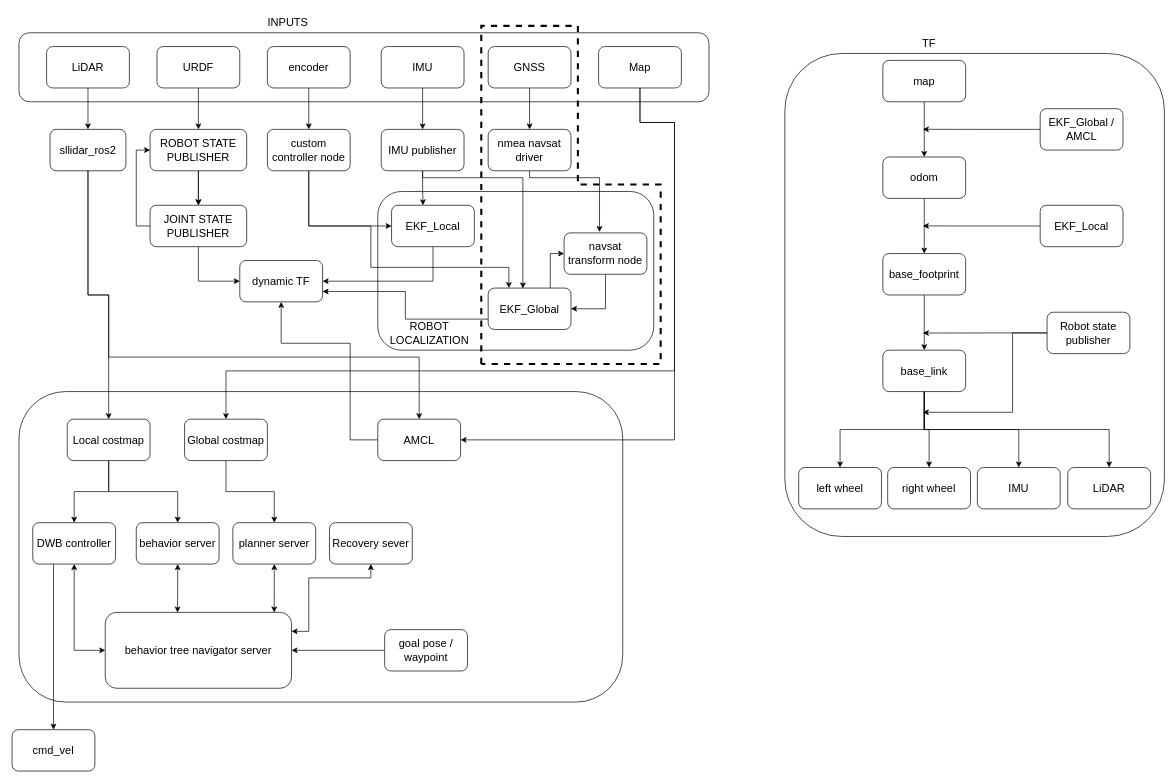
This is navigation.drawio from adands/eddiebot_ros2-backup, a draw.io file, before an edit. Source tidied: cells renumbered, new cells numbered last; positions are measured from the earlier drawing's top-left corner, leaving out a move shared by most shapes. Both pictures are drawn from the tidied source at 69%, with x=0, y=0 at pixel (12, 12).
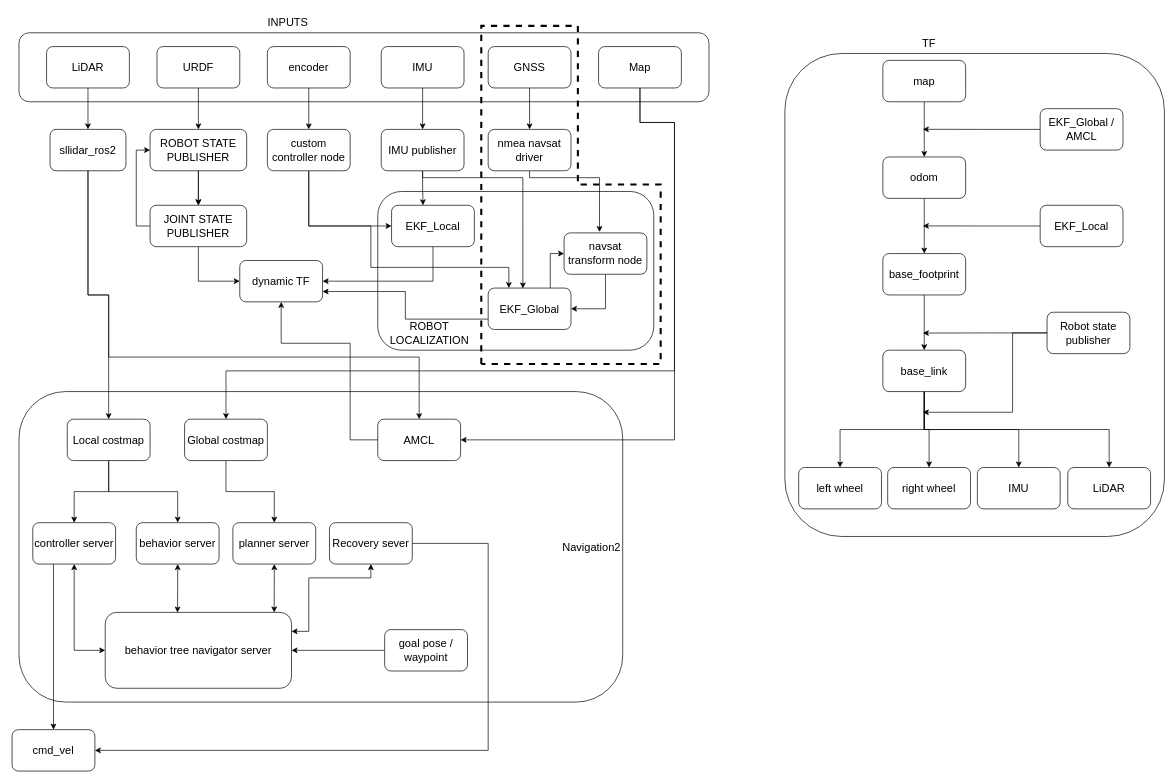
The same page after the edit.

Unchanged cells that the change refers to:
```xml
<mxCell id="69" value="cmd_vel" style="rounded=1;whiteSpace=wrap;html=1;fontSize=16;" parent="1" vertex="1">
  <mxGeometry y="1040" width="120" height="60" as="geometry" />
</mxCell>
<mxCell id="71" value="Recovery sever" style="rounded=1;whiteSpace=wrap;html=1;fontSize=16;" parent="1" vertex="1">
  <mxGeometry x="460" y="740" width="120" height="60" as="geometry" />
</mxCell>
```

What changed in the source:
```diff
@@
-    <mxCell id="78" value="DWB controller" style="rounded=1;whiteSpace=wrap;html=1;fontSize=16;" parent="1" vertex="1">
+    <mxCell id="78" value="controller server" style="rounded=1;whiteSpace=wrap;html=1;fontSize=16;" parent="1" vertex="1">
       <mxGeometry x="30" y="740" width="120" height="60" as="geometry" />
     </mxCell>
@@
+    <mxCell id="91" style="endArrow=classic;html=1;rounded=0;exitX=1;exitY=0.5;exitDx=0;exitDy=0;entryX=1;entryY=0.5;entryDx=0;entryDy=0;" parent="1" edge="1" source="71" target="69">
+      <mxGeometry relative="1" as="geometry">
+        <Array as="points">
+          <mxPoint x="690" y="770" />
+          <mxPoint x="690" y="1070" />
+        </Array>
+      </mxGeometry>
+    </mxCell>
+    <mxCell id="92" value="&lt;font style=&quot;font-size: 16px;&quot;&gt;Navigation2&lt;/font&gt;" style="text;html=1;align=center;verticalAlign=middle;whiteSpace=wrap;rounded=0;" parent="1" vertex="1">
+      <mxGeometry x="810" y="760" width="60" height="30" as="geometry" />
+    </mxCell>
```
